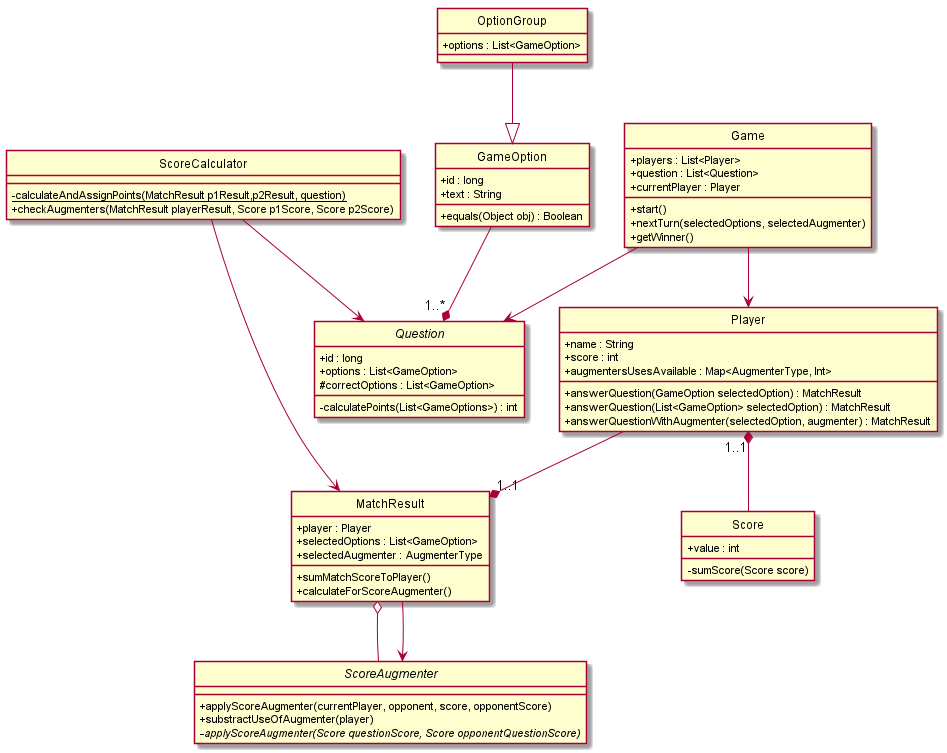
Before: docs/out/diagramaClases-Principal-TP2/DiagramaUML-Clases-TP2.png, a diagram exported from PlantUML (diegosanchez/TP2-Kahoot).
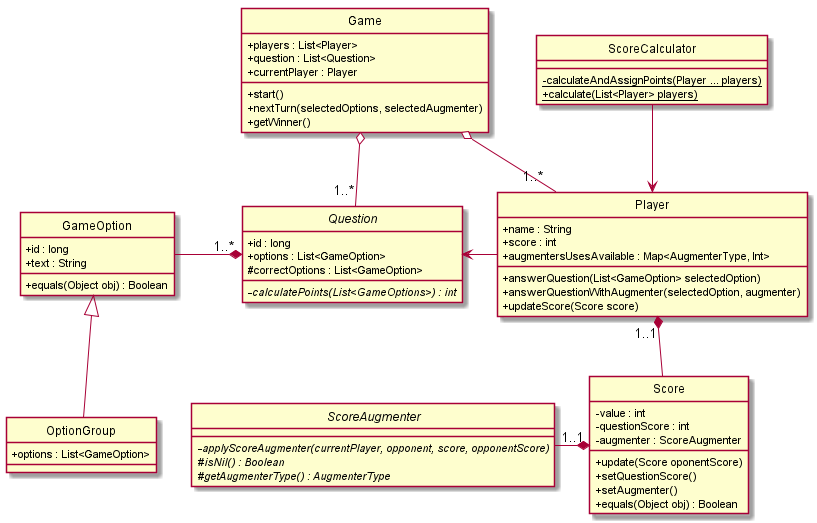
Above is the later version.

The edit, as a diff of the source:
```diff
@@ -6,7 +6,7 @@
     + id : long
     + options : List<GameOption>
     # correctOptions : List<GameOption>
-    - calculatePoints(List<GameOptions>) : int
+    - {abstract}calculatePoints(List<GameOptions>) : int
 }
 
 class GameOption{
@@ -20,8 +20,13 @@
 }
 
 class Score{
-    + value : int
-    - sumScore(Score score)
+    - value : int
+	- questionScore : int
+	- augmenter : ScoreAugmenter
+    + update(Score oponentScore)
+    + setQuestionScore()
+    + setAugmenter()
+    + equals(Object obj) : Boolean
 }
 
 class Game{
@@ -33,49 +38,38 @@
     + getWinner()
 }
 
-class MatchResult{
-    + player : Player
-	+ selectedOptions : List<GameOption>
-	+ selectedAugmenter : AugmenterType
-    + sumMatchScoreToPlayer()
-    + calculateForScoreAugmenter()
-}
-
 class ScoreCalculator{
-    - {static} calculateAndAssignPoints(MatchResult p1Result,p2Result, question)
-	+ checkAugmenters(MatchResult playerResult, Score p1Score, Score p2Score)
+    - {static} calculateAndAssignPoints(Player ... players)
+	+ {static} calculate(List<Player> players)
 }
 
 class Player{
     + name : String
 	+ score : int
 	+ augmentersUsesAvailable : Map<AugmenterType, Int>
-    + answerQuestion(GameOption selectedOption) : MatchResult
-    + answerQuestion(List<GameOption> selectedOption) : MatchResult
-    + answerQuestionWithAugmenter(selectedOption, augmenter) : MatchResult
+    + answerQuestion(List<GameOption> selectedOption)
+    + answerQuestionWithAugmenter(selectedOption, augmenter)
+    + updateScore(Score score)
 }
 
 abstract ScoreAugmenter{
-    + applyScoreAugmenter(currentPlayer, opponent, score, opponentScore)
-    + substractUseOfAugmenter(player)
-    - {abstract}applyScoreAugmenter(Score questionScore, Score opponentQuestionScore)
+    - {abstract}applyScoreAugmenter(currentPlayer, opponent, score, opponentScore)
+    # {abstract}isNil() : Boolean
+    # {abstract}getAugmenterType() : AugmenterType
 }
 
 
-Game  --down>  Question
-Game --down>  Player
+Game  o--"1..*"  Question
+Game o--"1..*"  Player
 
-OptionGroup --|> GameOption
+Score "1..1"*--left ScoreAugmenter
+ScoreCalculator --> Player
 
-ScoreCalculator --right> MatchResult
-ScoreCalculator --> Question
-
-MatchResult "1..1"*--up Player
-MatchResult o-- ScoreAugmenter
-MatchResult --> ScoreAugmenter
+Player --left> Question
 
 Player "1..1"*-- Score
 
-Question "1..*"*--up GameOption
+Question "1..*"*--left GameOption
+OptionGroup --up|> GameOption
 
 @enduml
```
